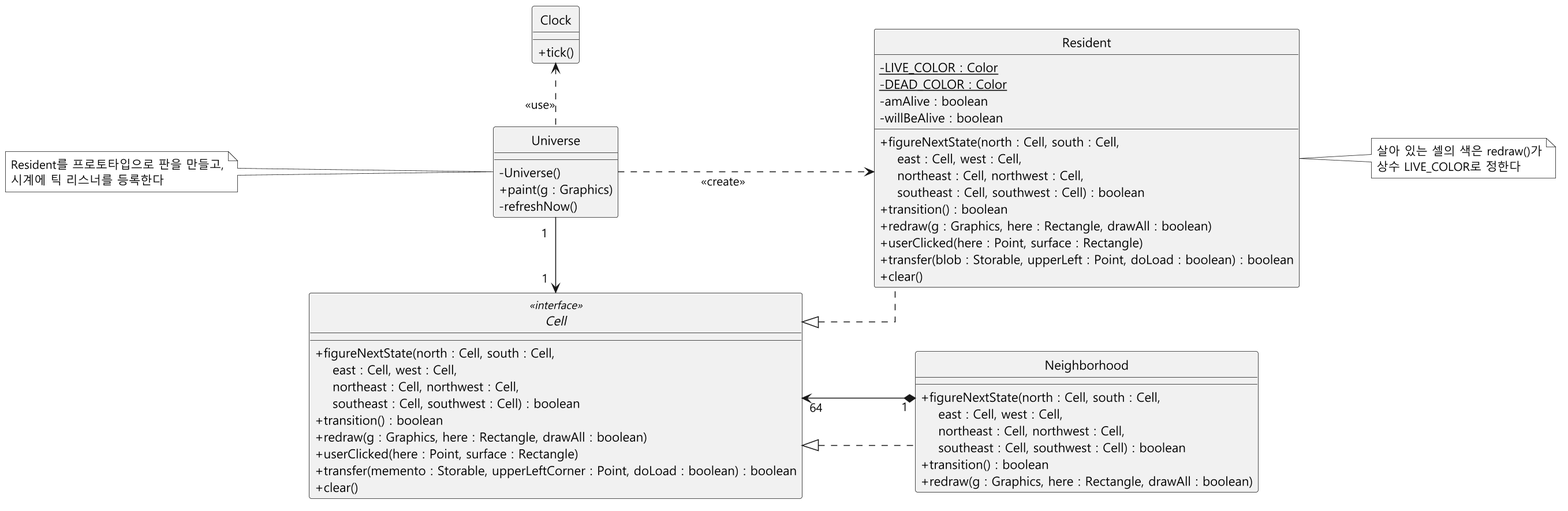
Earlier version of the PlantUML export docs/color-gen/diagrams/class-before.png (mckimR1972/DP_team_project).
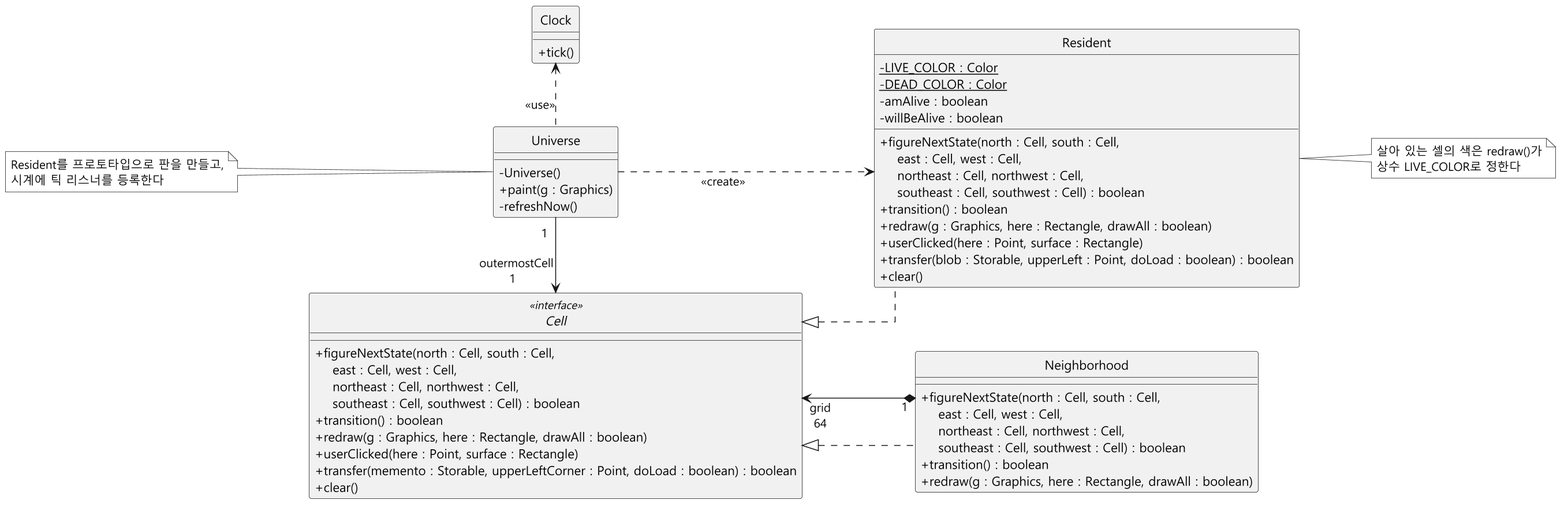
The same file after the commit.

Commit message:
docs: 색 순환 클래스 다이어그램의 연관 끝에 역할 이름을 적고 라벨 위치를 다듬으며 명세서 설명을 맞춤

Change to the diagram source:
```diff
@@ -50,9 +50,9 @@
 
 Cell <|.. Neighborhood
 Cell <|.. Resident
-Neighborhood "1\n\n" *-up-> "64\n\n" Cell
+Neighborhood "1\n\n" *-up-> "grid\n64\n" Cell
 Resident -[hidden]right- Neighborhood
-Universe "1<U+2003>" -right-> "1<U+2003>" Cell
+Universe "1<U+2003>" -right-> "outermostCell\n1<U+2003>" Cell
 Universe .left.> Clock : <<use>>
 Universe ..> Resident : <<create>>
 
```
